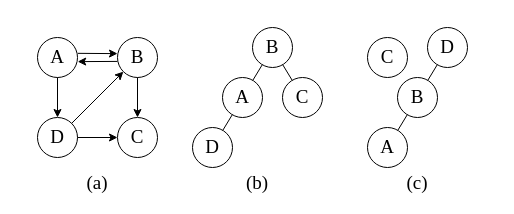
The draw.io diagram 9/9-7.drawio in Wankupi/figures, before the edit. Source tidied: cells renumbered, new cells numbered last; positions are measured from the earlier drawing's top-left corner, leaving out a move shared by most shapes. Both pictures are drawn from the tidied source at 100%, with x=0, y=0 at pixel (17, 17).
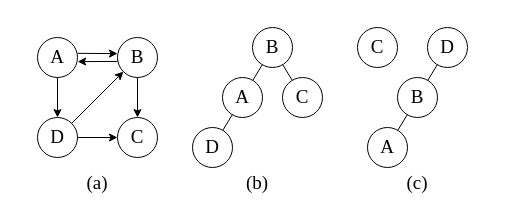
After the change.

Unchanged cells that the change refers to:
```xml
<mxCell id="23" value="&lt;font style=&quot;font-size: 19px;&quot; face=&quot;Times New Roman&quot;&gt;(c)&lt;/font&gt;" style="rounded=0;whiteSpace=wrap;html=1;verticalAlign=bottom;strokeColor=none;fontFamily=Times New Roman;fontSize=19;fillColor=none;" parent="1" vertex="1">
  <mxGeometry x="320" width="160" height="180" as="geometry" />
</mxCell>
<mxCell id="24" style="group;" parent="23" vertex="1">
  <mxGeometry x="30" y="10" width="100" height="140" as="geometry" />
</mxCell>
```

Diff of the diagram source:
```diff
@@
-    <mxCell id="30" value="C" style="ellipse;whiteSpace=wrap;html=1;fontFamily=Times New Roman;fontSize=19;" parent="24" vertex="1">
-      <mxGeometry y="10" width="40" height="40" as="geometry" />
+    <mxCell id="30" value="C" style="ellipse;whiteSpace=wrap;html=1;fontFamily=Times New Roman;fontSize=19;" parent="23" vertex="1">
+      <mxGeometry x="20" y="10" width="40" height="40" as="geometry" />
     </mxCell>
```
